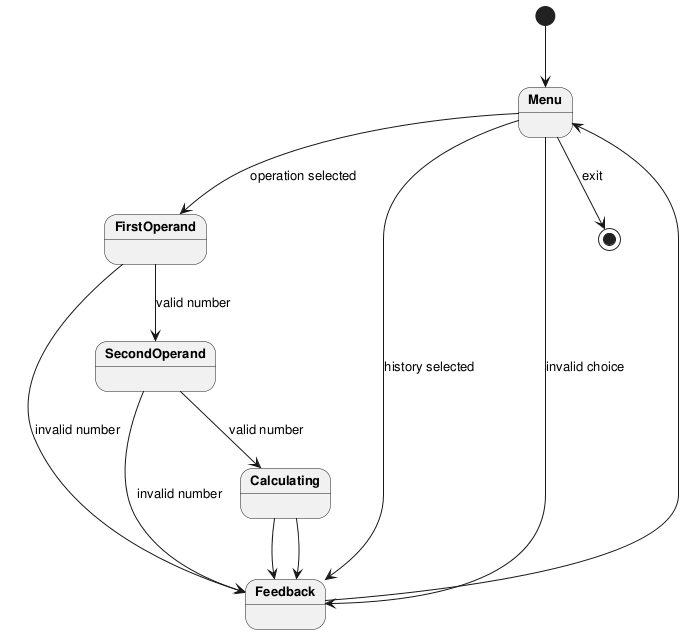
This is baseline/calculator/artifacts/state_diagram_interactive.png from DanielRiha8906/Software_autoevolution_using_agents, a PlantUML export, as it was before one commit.
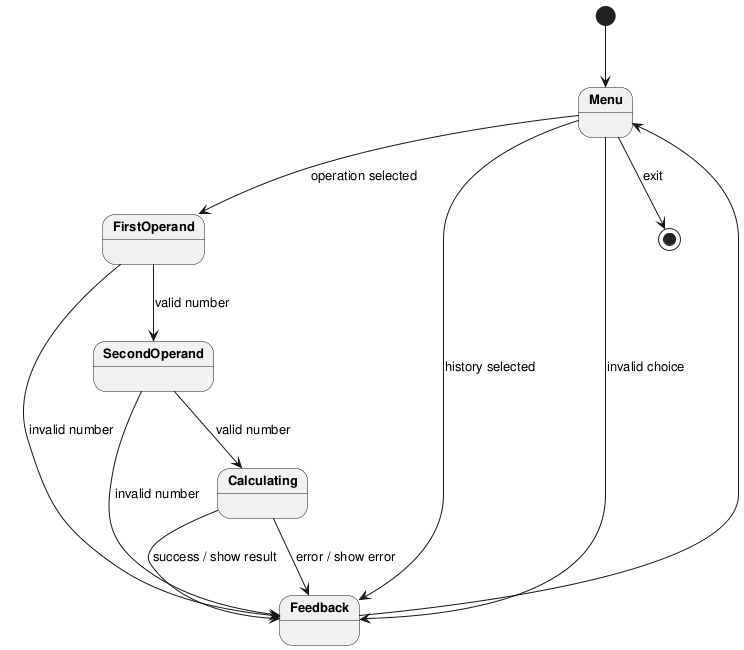
Later version of the same file.

The edit, as a diff of the source:
```diff
@@ -18,9 +18,8 @@
 SecondOperand --> Calculating : valid number
 SecondOperand --> Feedback : invalid number
 
-Calculating --> Feedback
-Calculating --> Feedback
-
+Calculating --> Feedback : success / show result
+Calculating --> Feedback : error / show error
 Feedback --> Menu
 
 @enduml
```
